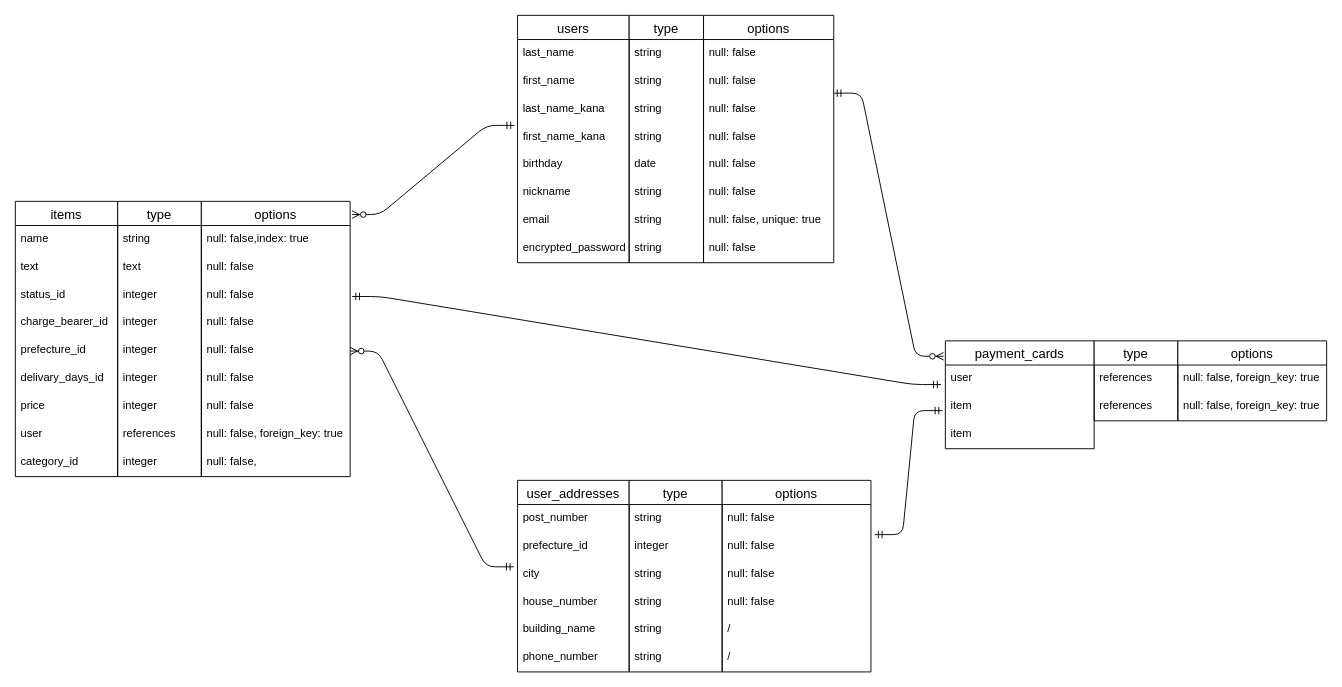
The draw.io diagram ー/FURIMA-35792.dio in bakuchunin/furima-35792, before the edit. Source tidied: cells renumbered, new cells numbered last; positions are measured from the earlier drawing's top-left corner, leaving out a move shared by most shapes. Both pictures are drawn from the tidied source at 93%, with x=0, y=0 at pixel (15, 15).
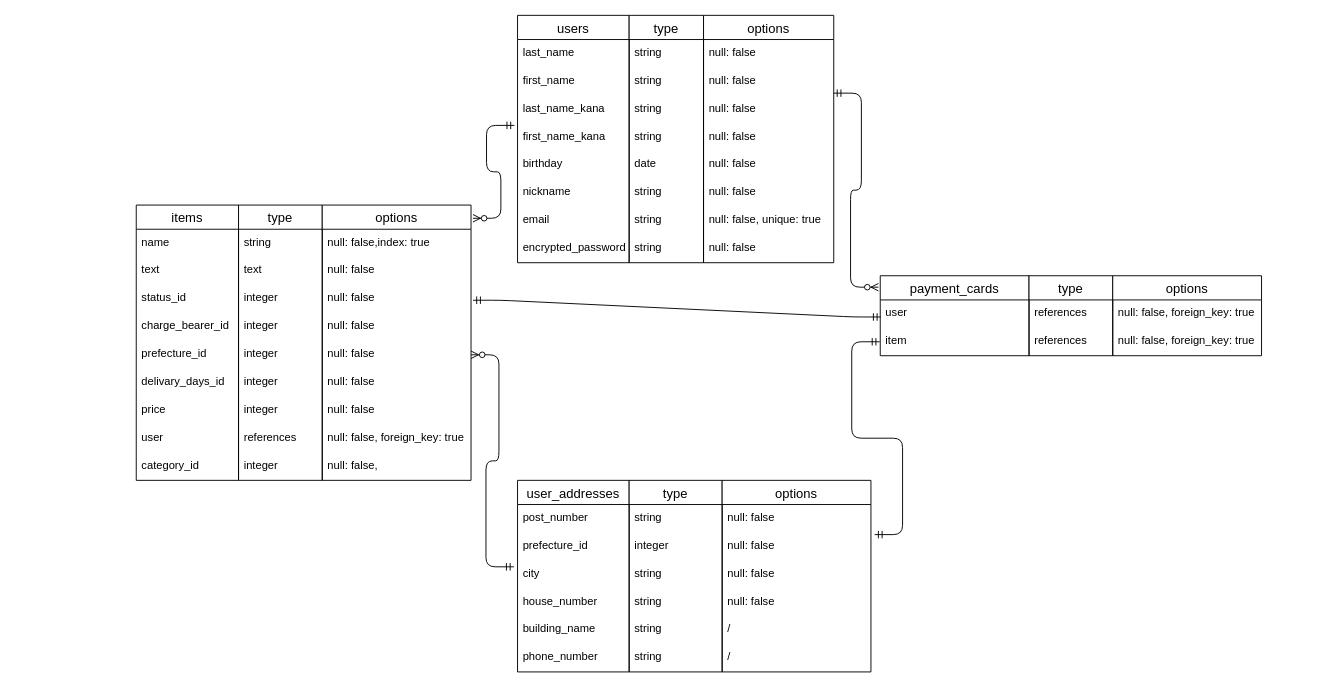
The same page after the edit.

The change refers to these unchanged cells:
```xml
<mxCell id="52" value="null: false" style="text;strokeColor=none;fillColor=none;spacingLeft=4;spacingRight=4;overflow=hidden;points=[[0,0.5],[1,0.5]];portConstraint=eastwest;fontSize=12;" parent="49" vertex="1">
  <mxGeometry y="86" width="160" height="30" as="geometry" />
</mxCell>
<mxCell id="75" value="null: false" style="text;strokeColor=none;fillColor=none;spacingLeft=4;spacingRight=4;overflow=hidden;points=[[0,0.5],[1,0.5]];portConstraint=eastwest;fontSize=12;" parent="73" vertex="1">
  <mxGeometry y="56" width="160" height="30" as="geometry" />
</mxCell>
<mxCell id="81" value="user" style="text;strokeColor=none;fillColor=none;spacingLeft=4;spacingRight=4;overflow=hidden;points=[[0,0.5],[1,0.5]];portConstraint=eastwest;fontSize=12;" parent="80" vertex="1">
  <mxGeometry y="26" width="160" height="30" as="geometry" />
</mxCell>
<mxCell id="82" value="item" style="text;strokeColor=none;fillColor=none;spacingLeft=4;spacingRight=4;overflow=hidden;points=[[0,0.5],[1,0.5]];portConstraint=eastwest;fontSize=12;" parent="80" vertex="1">
  <mxGeometry y="56" width="160" height="30" as="geometry" />
</mxCell>
```

What changed in the source:
```diff
@@
     <mxCell id="29" value="items" style="swimlane;fontStyle=0;horizontal=1;startSize=26;align=center;fontSize=14;" parent="1" vertex="1">
-      <mxGeometry y="200" width="110" height="296" as="geometry" />
+      <mxGeometry x="130" y="204" width="110" height="296" as="geometry" />
     </mxCell>
@@
     <mxCell id="39" value="type" style="swimlane;fontStyle=0;horizontal=1;startSize=26;align=center;fontSize=14;" parent="1" vertex="1">
-      <mxGeometry x="110" y="200" width="90" height="296" as="geometry" />
+      <mxGeometry x="240" y="204" width="90" height="296" as="geometry" />
     </mxCell>
@@
     <mxCell id="49" value="options" style="swimlane;fontStyle=0;horizontal=1;startSize=26;align=center;fontSize=14;" parent="1" vertex="1">
-      <mxGeometry x="200" y="200" width="160" height="296" as="geometry" />
+      <mxGeometry x="330" y="204" width="160" height="296" as="geometry" />
     </mxCell>
@@
     <mxCell id="80" value="payment_cards" style="swimlane;fontStyle=0;horizontal=1;startSize=26;align=center;fontSize=14;" parent="1" vertex="1">
-      <mxGeometry x="1000" y="350" width="160" height="116" as="geometry" />
+      <mxGeometry x="930" y="280" width="160" height="86" as="geometry" />
     </mxCell>
@@
-    <mxCell id="83" value="item" style="text;strokeColor=none;fillColor=none;spacingLeft=4;spacingRight=4;overflow=hidden;fontSize=12;" parent="80" vertex="1">
-      <mxGeometry y="86" width="160" height="30" as="geometry" />
-    </mxCell>
     <mxCell id="84" value="type" style="swimlane;fontStyle=0;horizontal=1;startSize=26;align=center;fontSize=14;" parent="1" vertex="1">
-      <mxGeometry x="1160" y="350" width="90" height="86" as="geometry" />
+      <mxGeometry x="1090" y="280" width="90" height="86" as="geometry" />
     </mxCell>
@@
     <mxCell id="87" value="options" style="swimlane;fontStyle=0;horizontal=1;startSize=26;align=center;fontSize=14;" parent="1" vertex="1">
-      <mxGeometry x="1250" y="350" width="160" height="86" as="geometry" />
+      <mxGeometry x="1180" y="280" width="160" height="86" as="geometry" />
     </mxCell>
@@
-    <mxCell id="92" style="edgeStyle=entityRelationEdgeStyle;fontSize=12;html=1;endArrow=ERmandOne;startArrow=ERmandOne;exitX=1.025;exitY=0.078;exitDx=0;exitDy=0;exitPerimeter=0;" parent="1" edge="1" source="75">
-      <mxGeometry relative="1" as="geometry">
-        <mxPoint x="997" y="425" as="targetPoint" />
-      </mxGeometry>
+    <mxCell id="92" style="edgeStyle=entityRelationEdgeStyle;fontSize=12;html=1;endArrow=ERmandOne;startArrow=ERmandOne;exitX=1.025;exitY=0.078;exitDx=0;exitDy=0;exitPerimeter=0;entryX=-0.004;entryY=0.5;entryDx=0;entryDy=0;entryPerimeter=0;" parent="1" edge="1" source="75" target="82">
+      <mxGeometry relative="1" as="geometry" />
     </mxCell>
@@
-    <mxCell id="94" style="edgeStyle=entityRelationEdgeStyle;fontSize=12;html=1;endArrow=ERmandOne;startArrow=ERmandOne;exitX=1.013;exitY=0.544;exitDx=0;exitDy=0;exitPerimeter=0;entryX=-0.029;entryY=0.7;entryDx=0;entryDy=0;entryPerimeter=0;" parent="1" edge="1" source="52" target="81">
+    <mxCell id="94" style="edgeStyle=entityRelationEdgeStyle;fontSize=12;html=1;endArrow=ERmandOne;startArrow=ERmandOne;exitX=1.013;exitY=0.544;exitDx=0;exitDy=0;exitPerimeter=0;entryX=0.004;entryY=0.611;entryDx=0;entryDy=0;entryPerimeter=0;" parent="1" edge="1" source="52" target="81">
       <mxGeometry relative="1" as="geometry" />
     </mxCell>
```
